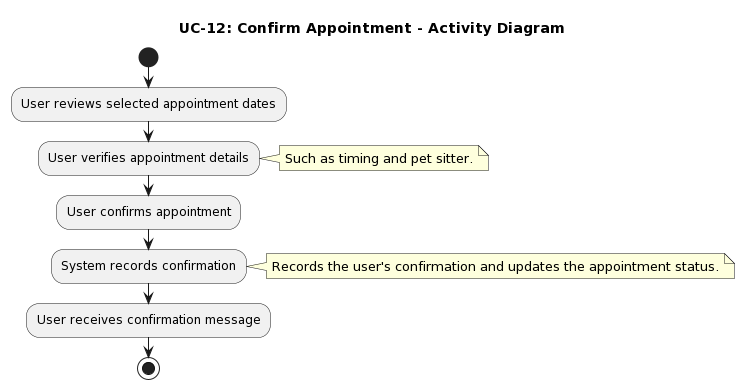
Above: Documents/PlantUML/UC-12_ACTIVITY_Diagram.png in IrenePorta/PetSitters (PlantUML), before the change.
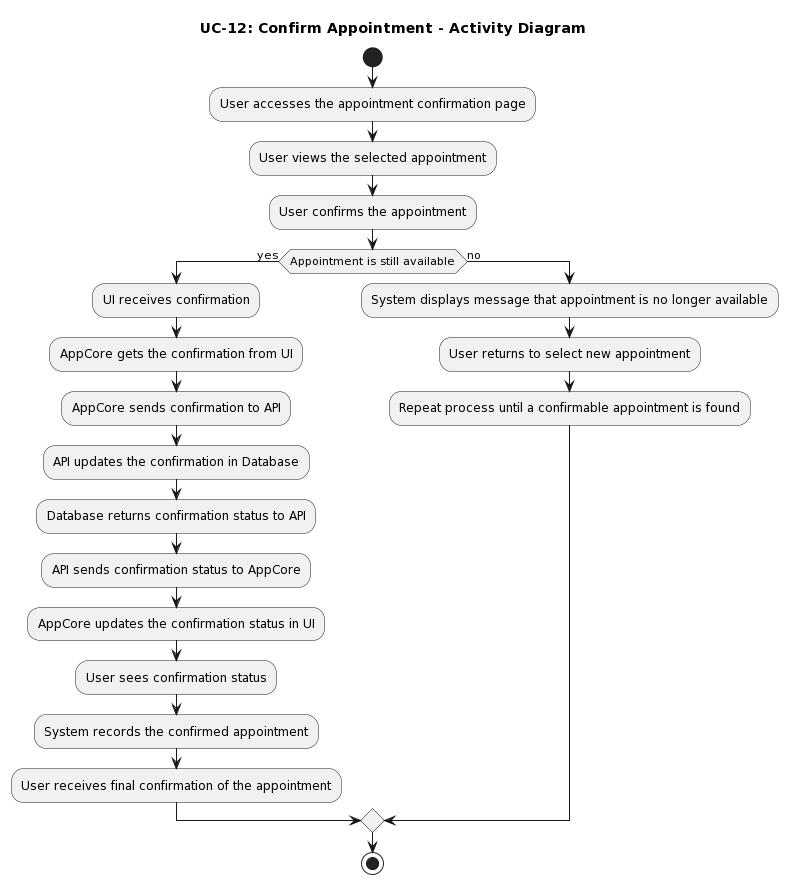
Later version of the same file.

Change to the diagram source:
```diff
@@ -2,17 +2,38 @@
 title UC-12: Confirm Appointment - Activity Diagram
 
 start
-:User reviews selected appointment dates;
 
-:User verifies appointment details;
-note right: Such as timing and pet sitter.
+:User accesses the appointment confirmation page;
 
-:User confirms appointment;
+:User views the selected appointment;
 
-:System records confirmation;
-note right: Records the user's confirmation and updates the appointment status.
+:User confirms the appointment;
 
-:User receives confirmation message;
+if (Appointment is still available) then (yes)
+  :UI receives confirmation;
+
+  :AppCore gets the confirmation from UI;
+
+  :AppCore sends confirmation to API;
+
+  :API updates the confirmation in Database;
+
+  :Database returns confirmation status to API;
+
+  :API sends confirmation status to AppCore;
+
+  :AppCore updates the confirmation status in UI;
+
+  :User sees confirmation status;
+
+  :System records the confirmed appointment;
+
+  :User receives final confirmation of the appointment;
+else (no)
+  :System displays message that appointment is no longer available;
+  :User returns to select new appointment;
+  :Repeat process until a confirmable appointment is found;
+endif
 
 stop
 @enduml
```
